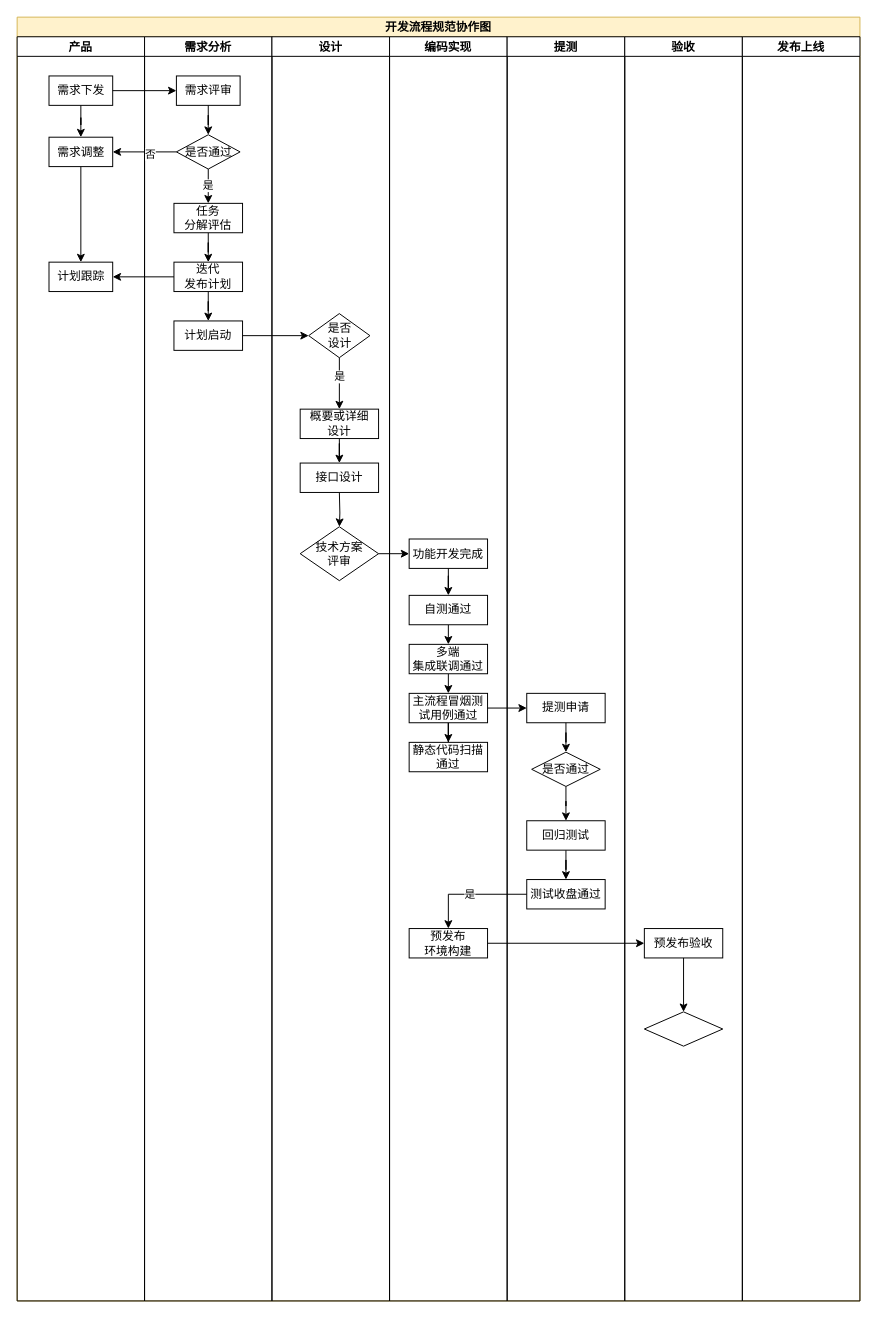
This is Untitled Diagram.drawio from zhubin2430701/draw, a draw.io file, before an edit. Source tidied: cells renumbered, new cells numbered last; positions are measured from the earlier drawing's top-left corner, leaving out a move shared by most shapes. Both pictures are drawn from the tidied source at 98%, with x=0, y=0 at pixel (17, 17).
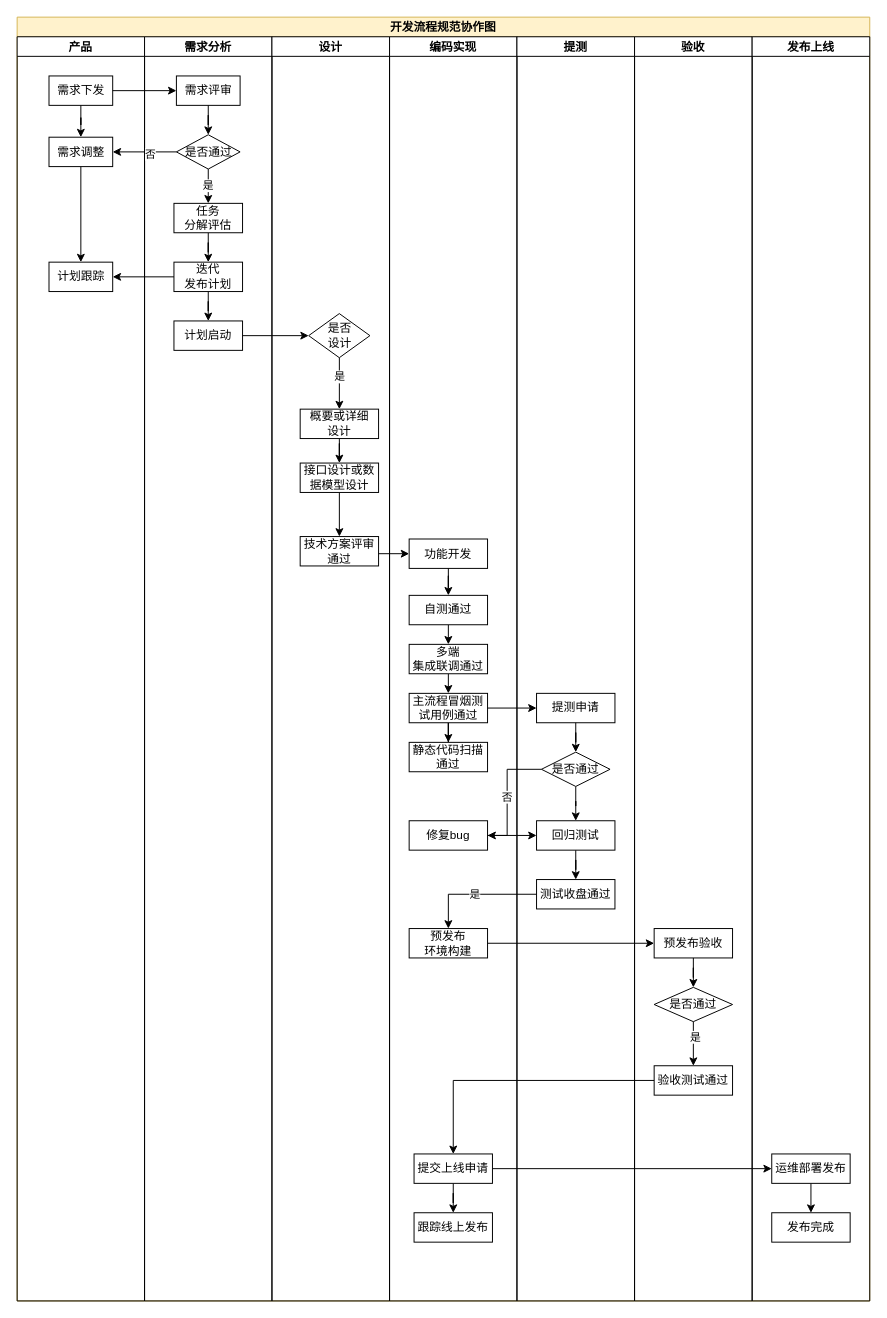
The same diagram, later.

Commit message:
更新协作流程图

The change refers to these unchanged cells:
```xml
<mxCell id="19" value="设计" style="swimlane;startSize=20;" parent="2" vertex="1">
  <mxGeometry x="260" y="20" width="120" height="1290" as="geometry" />
</mxCell>
<mxCell id="42" value="回归测试" style="whiteSpace=wrap;html=1;rounded=0;" parent="39" vertex="1">
  <mxGeometry x="20" y="800" width="80" height="30" as="geometry" />
</mxCell>
<mxCell id="44" value="是否通过" style="rhombus;whiteSpace=wrap;html=1;rounded=0;" parent="39" vertex="1">
  <mxGeometry x="25" y="730" width="70" height="35" as="geometry" />
</mxCell>
<mxCell id="48" value="预发布验收" style="whiteSpace=wrap;html=1;rounded=0;" parent="47" vertex="1">
  <mxGeometry x="20" y="910" width="80" height="30" as="geometry" />
</mxCell>
```

What changed in the source:
```diff
@@
     <mxCell id="2" value="开发流程规范协作图" style="swimlane;startSize=20;fillColor=#fff2cc;strokeColor=#d6b656;" parent="1" vertex="1">
-      <mxGeometry width="860" height="1310" as="geometry" />
+      <mxGeometry width="870" height="1310" as="geometry" />
     </mxCell>
@@
-    <mxCell id="24" value="技术方案&lt;br&gt;评审" style="rhombus;whiteSpace=wrap;html=1;rounded=0;" parent="19" vertex="1">
-      <mxGeometry x="28.8" y="500" width="80" height="55" as="geometry" />
-    </mxCell>
-    <mxCell id="25" style="edgeStyle=orthogonalEdgeStyle;rounded=0;jettySize=auto;html=1;" parent="19" edge="1" target="24">
-      <mxGeometry relative="1" as="geometry">
-        <mxPoint x="68.8" y="465" as="sourcePoint" />
-      </mxGeometry>
-    </mxCell>
+    <mxCell id="61" style="edgeStyle=orthogonalEdgeStyle;rounded=0;jettySize=auto;html=1;exitX=0.5;exitY=1;exitDx=0;exitDy=0;" parent="19" edge="1" source="26" target="62">
+      <mxGeometry relative="1" as="geometry" />
+    </mxCell>
-    <mxCell id="26" value="接口设计" style="whiteSpace=wrap;html=1;rounded=0;" parent="19" vertex="1">
+    <mxCell id="26" value="接口设计或数据模型设计" style="whiteSpace=wrap;html=1;rounded=0;" parent="19" vertex="1">
       <mxGeometry x="28.8" y="435" width="80" height="30" as="geometry" />
     </mxCell>
@@
+    <mxCell id="62" value="技术方案评审通过" style="whiteSpace=wrap;html=1;rounded=0;" parent="19" vertex="1">
+      <mxGeometry x="28.8" y="510" width="80" height="30" as="geometry" />
+    </mxCell>
     <mxCell id="28" value="编码实现" style="swimlane;startSize=20;" parent="2" vertex="1">
-      <mxGeometry x="380" y="20" width="120" height="1290" as="geometry" />
+      <mxGeometry x="380" y="20" width="130" height="1290" as="geometry" />
     </mxCell>
-    <mxCell id="29" value="功能开发完成" style="whiteSpace=wrap;html=1;rounded=0;" parent="28" vertex="1">
+    <mxCell id="29" value="功能开发" style="whiteSpace=wrap;html=1;rounded=0;" parent="28" vertex="1">
       <mxGeometry x="20" y="512.5" width="80" height="30" as="geometry" />
     </mxCell>
@@
+    <mxCell id="63" style="edgeStyle=orthogonalEdgeStyle;rounded=0;jettySize=auto;html=1;exitX=0.5;exitY=1;exitDx=0;exitDy=0;" parent="28" edge="1" source="64" target="65">
+      <mxGeometry relative="1" as="geometry" />
+    </mxCell>
+    <mxCell id="64" value="提交上线申请" style="whiteSpace=wrap;html=1;rounded=0;" parent="28" vertex="1">
+      <mxGeometry x="25" y="1140" width="80" height="30" as="geometry" />
+    </mxCell>
+    <mxCell id="65" value="跟踪线上发布" style="whiteSpace=wrap;html=1;rounded=0;" parent="28" vertex="1">
+      <mxGeometry x="25" y="1200" width="80" height="30" as="geometry" />
+    </mxCell>
+    <mxCell id="66" value="修复bug" style="whiteSpace=wrap;html=1;rounded=0;" parent="28" vertex="1">
+      <mxGeometry x="20" y="800" width="80" height="30" as="geometry" />
+    </mxCell>
     <mxCell id="39" value="提测" style="swimlane;startSize=20;" parent="2" vertex="1">
-      <mxGeometry x="500" y="20" width="120" height="1290" as="geometry" />
+      <mxGeometry x="510" y="20" width="120" height="1290" as="geometry" />
     </mxCell>
@@
     <mxCell id="47" value="验收" style="swimlane;startSize=20;" parent="2" vertex="1">
-      <mxGeometry x="620" y="20" width="120" height="1290" as="geometry" />
+      <mxGeometry x="630" y="20" width="120" height="1290" as="geometry" />
     </mxCell>
@@
-    <mxCell id="49" value="发布上线" style="swimlane;startSize=20;" parent="2" vertex="1">
-      <mxGeometry x="740" y="20" width="120" height="1290" as="geometry" />
-    </mxCell>
+    <mxCell id="67" value="验收测试通过" style="whiteSpace=wrap;html=1;rounded=0;" parent="47" vertex="1">
+      <mxGeometry x="20" y="1050" width="80" height="30" as="geometry" />
+    </mxCell>
+    <mxCell id="59" value="是否通过" style="rhombus;whiteSpace=wrap;html=1;rounded=0;" parent="47" vertex="1">
+      <mxGeometry x="20" y="970" width="80" height="35" as="geometry" />
+    </mxCell>
+    <mxCell id="60" style="edgeStyle=orthogonalEdgeStyle;rounded=0;jettySize=auto;html=1;" parent="47" edge="1" source="48" target="59">
+      <mxGeometry relative="1" as="geometry" />
+    </mxCell>
+    <mxCell id="68" style="edgeStyle=orthogonalEdgeStyle;rounded=0;jettySize=auto;html=1;exitX=0.5;exitY=1;exitDx=0;exitDy=0;" parent="47" edge="1" source="59" target="67">
+      <mxGeometry relative="1" as="geometry" />
+    </mxCell>
+    <mxCell id="69" value="是" style="edgeLabel;html=1;align=center;verticalAlign=middle;" parent="68" vertex="1">
+      <mxGeometry x="-0.35" y="1" relative="1" as="geometry" />
+    </mxCell>
@@
-    <mxCell id="56" style="edgeStyle=orthogonalEdgeStyle;rounded=0;jettySize=auto;html=1;exitX=1;exitY=0.5;exitDx=0;exitDy=0;entryX=0;entryY=0.5;entryDx=0;entryDy=0;" parent="2" edge="1" source="24" target="29">
-      <mxGeometry relative="1" as="geometry" />
+    <mxCell id="56" style="edgeStyle=orthogonalEdgeStyle;rounded=0;jettySize=auto;html=1;exitX=1;exitY=0.5;exitDx=0;exitDy=0;entryX=0;entryY=0.5;entryDx=0;entryDy=0;" parent="2" edge="1" target="29">
+      <mxGeometry relative="1" as="geometry">
+        <mxPoint x="368.8" y="547.5" as="sourcePoint" />
+      </mxGeometry>
     </mxCell>
@@
-    <mxCell id="59" style="rhombus;whiteSpace=wrap;html=1;rounded=0;" parent="1" vertex="1">
-      <mxGeometry x="640" y="1015" width="80" height="35" as="geometry" />
-    </mxCell>
-    <mxCell id="60" style="edgeStyle=orthogonalEdgeStyle;rounded=0;jettySize=auto;html=1;" parent="1" edge="1" source="48" target="59">
-      <mxGeometry relative="1" as="geometry" />
-    </mxCell>
+    <mxCell id="70" style="edgeStyle=orthogonalEdgeStyle;rounded=0;jettySize=auto;html=1;" parent="2" edge="1" source="67" target="64">
+      <mxGeometry relative="1" as="geometry" />
+    </mxCell>
+    <mxCell id="71" style="edgeStyle=orthogonalEdgeStyle;rounded=0;jettySize=auto;html=1;" parent="2" edge="1" source="64" target="73">
+      <mxGeometry relative="1" as="geometry" />
+    </mxCell>
+    <mxCell id="49" value="发布上线" style="swimlane;startSize=20;" parent="2" vertex="1">
+      <mxGeometry x="750" y="20" width="120" height="1290" as="geometry" />
+    </mxCell>
+    <mxCell id="72" style="edgeStyle=orthogonalEdgeStyle;rounded=0;jettySize=auto;html=1;exitX=0.5;exitY=1;exitDx=0;exitDy=0;entryX=0.5;entryY=0;entryDx=0;entryDy=0;" parent="49" edge="1" source="73" target="74">
+      <mxGeometry relative="1" as="geometry" />
+    </mxCell>
+    <mxCell id="73" value="运维部署发布" style="whiteSpace=wrap;html=1;rounded=0;" parent="49" vertex="1">
+      <mxGeometry x="20" y="1140" width="80" height="30" as="geometry" />
+    </mxCell>
+    <mxCell id="74" value="发布完成" style="whiteSpace=wrap;html=1;rounded=0;" parent="49" vertex="1">
+      <mxGeometry x="20" y="1200" width="80" height="30" as="geometry" />
+    </mxCell>
+    <mxCell id="75" style="edgeStyle=orthogonalEdgeStyle;rounded=0;jettySize=auto;html=1;exitX=1;exitY=0.5;exitDx=0;exitDy=0;entryX=0;entryY=0.5;entryDx=0;entryDy=0;" parent="2" edge="1" source="66" target="42">
+      <mxGeometry relative="1" as="geometry" />
+    </mxCell>
+    <mxCell id="76" style="edgeStyle=orthogonalEdgeStyle;rounded=0;jettySize=auto;html=1;exitX=0;exitY=0.5;exitDx=0;exitDy=0;entryX=1;entryY=0.5;entryDx=0;entryDy=0;" parent="2" edge="1" source="44" target="66">
+      <mxGeometry relative="1" as="geometry">
+        <Array as="points">
+          <mxPoint x="500" y="767" />
+          <mxPoint x="500" y="835" />
+        </Array>
+      </mxGeometry>
+    </mxCell>
+    <mxCell id="77" value="否" style="edgeLabel;html=1;align=center;verticalAlign=middle;" parent="76" vertex="1">
+      <mxGeometry x="0.03" y="-1" relative="1" as="geometry" />
+    </mxCell>
```
